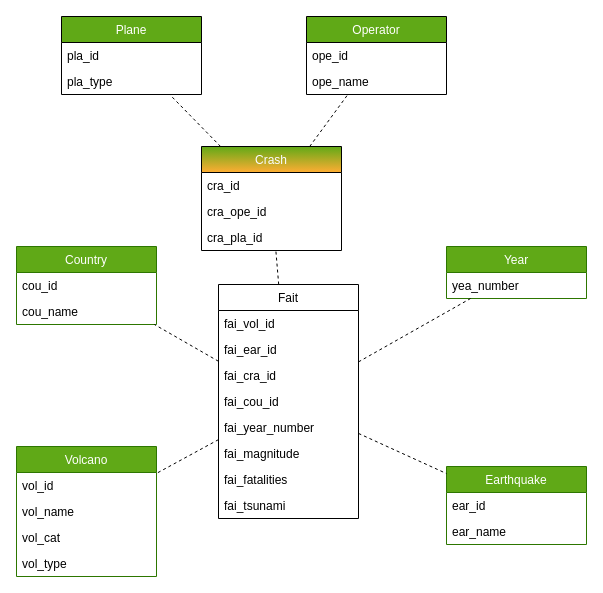
The draw.io diagram projmod.drawio in MarcVo00/BiProject, before the edit. Source tidied: cells renumbered, new cells numbered last; positions are measured from the earlier drawing's top-left corner, leaving out a move shared by most shapes. Both pictures are drawn from the tidied source at 100%, with x=0, y=0 at pixel (16, 16).
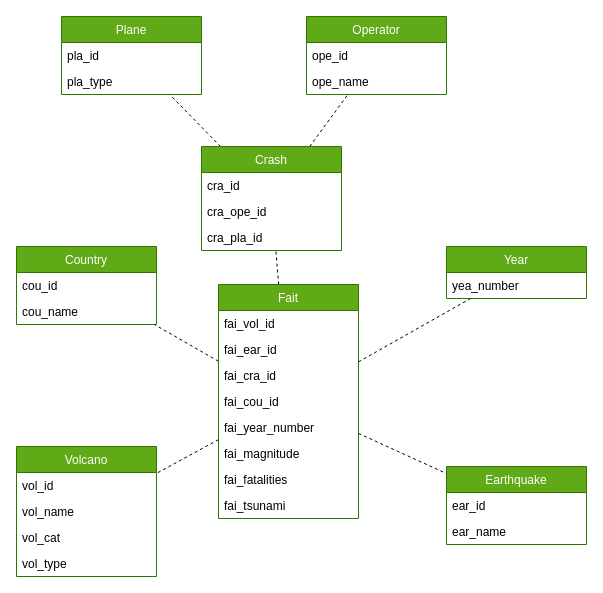
The same page after the edit.

Change to the diagram source:
```diff
@@
-    <mxCell id="10" value="Operator" style="swimlane;fontStyle=0;horizontal=1;startSize=26;fillColor=#60A917;fontColor=#FFFFFF;" parent="1" vertex="1">
+    <mxCell id="10" value="Operator" style="swimlane;fontStyle=0;horizontal=1;startSize=26;fillColor=#60a917;fontColor=#ffffff;strokeColor=#2D7600;" parent="1" vertex="1">
       <mxGeometry x="290" width="140" height="78" as="geometry" />
     </mxCell>
@@
-    <mxCell id="13" value="Plane" style="swimlane;fontStyle=0;horizontal=1;startSize=26;fillColor=#60A917;fontColor=#FFFFFF;" parent="1" vertex="1">
+    <mxCell id="13" value="Plane" style="swimlane;fontStyle=0;horizontal=1;startSize=26;fillColor=#60a917;fontColor=#ffffff;strokeColor=#2D7600;" parent="1" vertex="1">
       <mxGeometry x="45" width="140" height="78" as="geometry" />
     </mxCell>
@@
-    <mxCell id="18" value="Crash" style="swimlane;fontStyle=0;horizontal=1;startSize=26;fillColor=#60A917;fontColor=#FAFCFF;gradientColor=#FFAD33;" parent="1" vertex="1">
+    <mxCell id="18" value="Crash" style="swimlane;fontStyle=0;horizontal=1;startSize=26;fillColor=#60a917;fontColor=#ffffff;strokeColor=#2D7600;" parent="1" vertex="1">
       <mxGeometry x="185" y="130" width="140" height="104" as="geometry" />
     </mxCell>
@@
-    <mxCell id="32" value="Fait" style="swimlane;fontStyle=0;horizontal=1;startSize=26;fillColor=none;" parent="1" vertex="1">
+    <mxCell id="32" value="Fait" style="swimlane;fontStyle=0;horizontal=1;startSize=26;fillColor=#60a917;fontColor=#ffffff;strokeColor=#2D7600;" parent="1" vertex="1">
       <mxGeometry x="202" y="268" width="140" height="234" as="geometry" />
     </mxCell>
```
